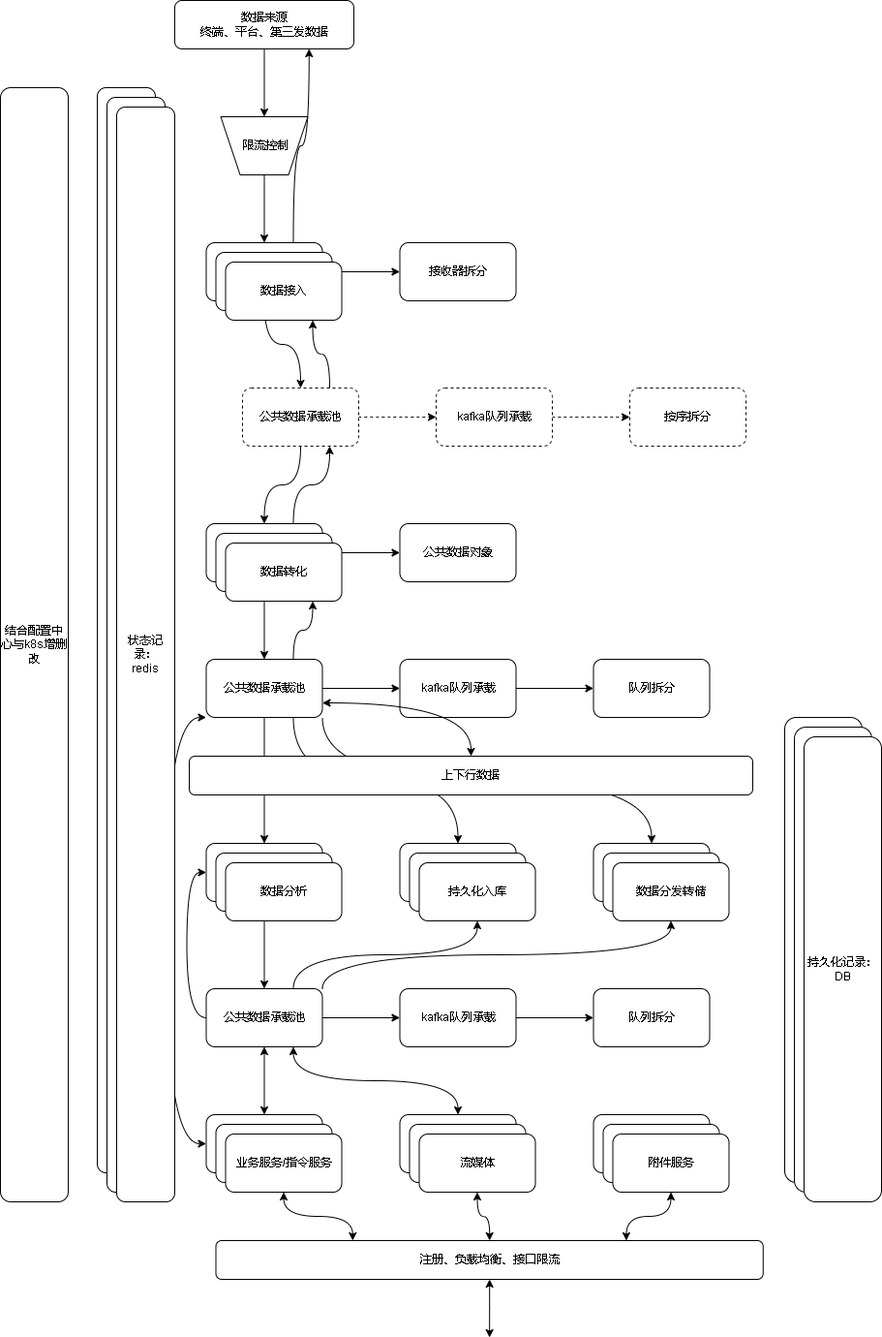
Above: 808后台架构.drawio.png in xktder/draw (draw.io), before the change. Source tidied: cells renumbered, new cells last; positions are measured from the earlier drawing's top-left corner, leaving out a move shared by most shapes.
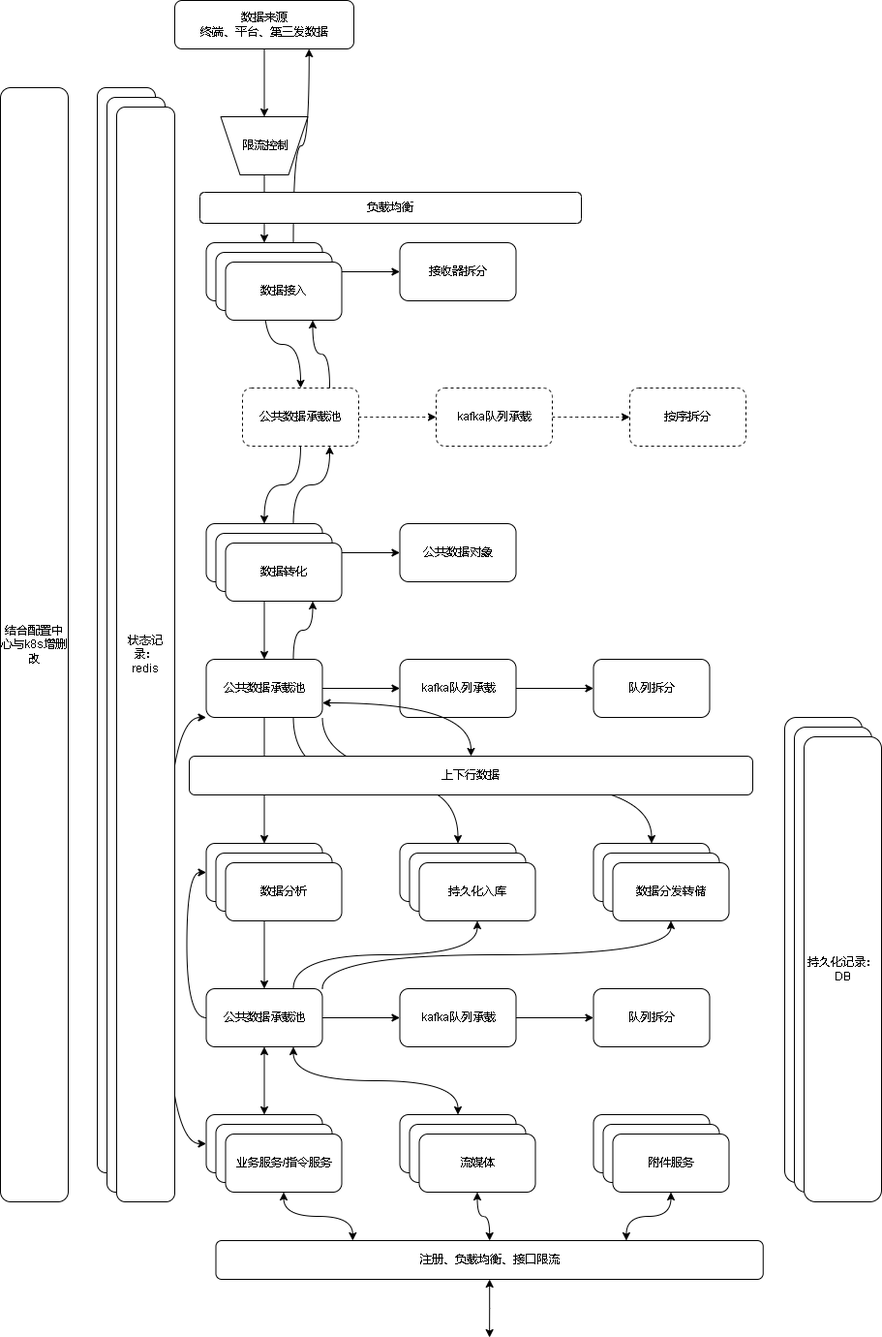
The same file after the commit.

Commit message:
更新808后台架构.drawio.png

Diff of the diagram source:
```diff
@@ -246,5 +246,8 @@
     <mxCell id="80" value="注册、负载均衡、接口限流" style="rounded=1;whiteSpace=wrap;html=1;" parent="1" vertex="1">
       <mxGeometry x="222.5" y="1280" width="565.2" height="40" as="geometry" />
     </mxCell>
+    <mxCell id="81" value="负载均衡" style="rounded=1;whiteSpace=wrap;html=1;" parent="1" vertex="1">
+      <mxGeometry x="206" y="198" width="394" height="32" as="geometry" />
+    </mxCell>
   </root>
 </mxGraphModel>
```
